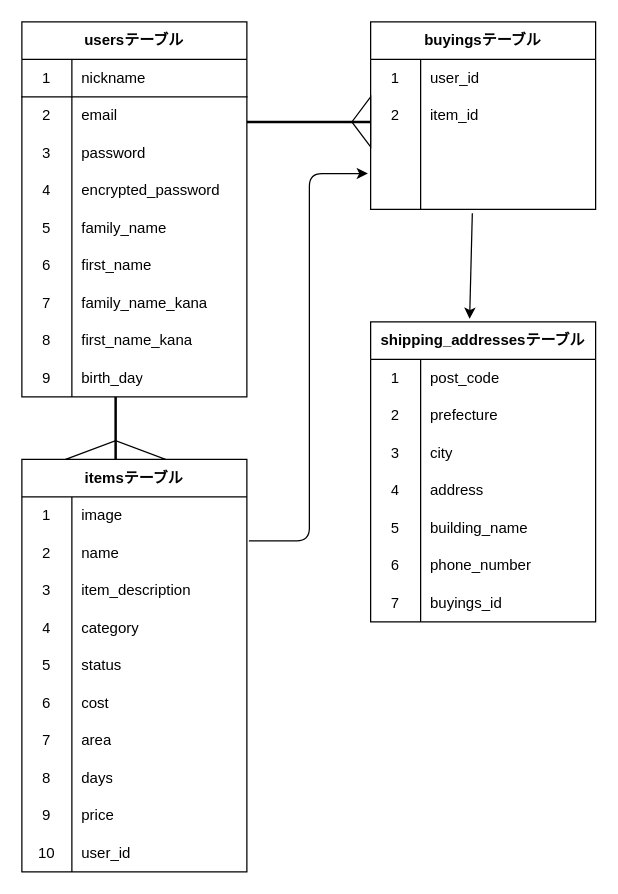
kensuke-iwata/furima-34394 keeps this draw.io diagram as furima.dio. Above is the earlier version. Source tidied: cells renumbered, new cells numbered last; positions are measured from the earlier drawing's top-left corner, leaving out a move shared by most shapes. Both pictures are drawn from the tidied source at 125%, with x=0, y=0 at pixel (21, 21).
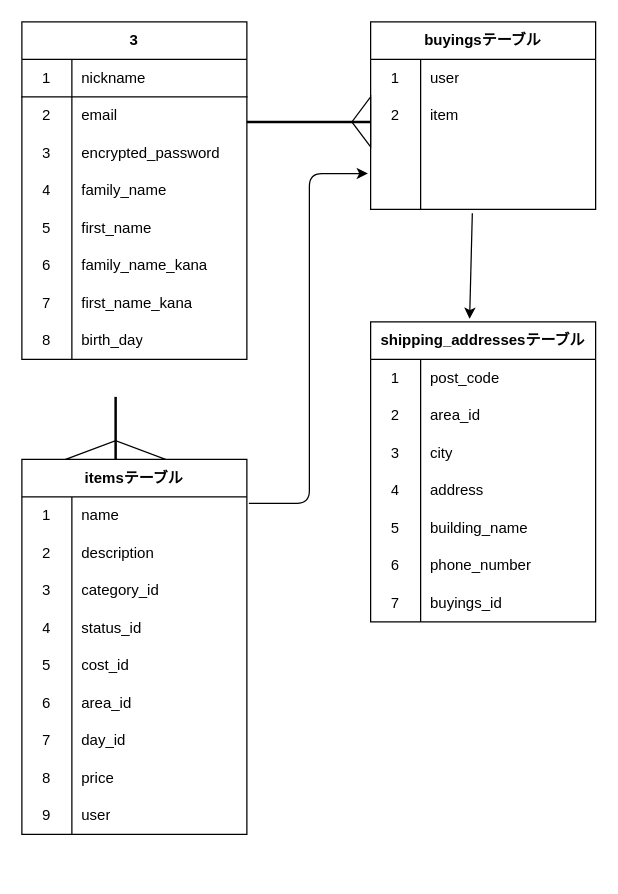
Above is the later version.

The change refers to these unchanged cells:
```xml
<mxCell id="65" style="shape=partialRectangle;html=1;whiteSpace=wrap;fillColor=none;top=0;left=0;bottom=0;right=0;" parent="61" vertex="1">
  <mxGeometry y="60" width="180" height="30" as="geometry" />
</mxCell>
<mxCell id="84" style="shape=partialRectangle;html=1;whiteSpace=wrap;fillColor=none;top=0;left=0;bottom=0;right=0;" parent="83" vertex="1">
  <mxGeometry y="30" width="180" height="30" as="geometry" />
</mxCell>
<mxCell id="87" style="shape=partialRectangle;html=1;whiteSpace=wrap;fillColor=none;top=0;left=0;bottom=0;right=0;" parent="83" vertex="1">
  <mxGeometry y="60" width="180" height="30" as="geometry" />
</mxCell>
```

What changed in the source:
```diff
@@
-    <mxCell id="2" value="usersテーブル" style="shape=table;html=1;whiteSpace=wrap;startSize=30;childLayout=tableLayout;rowLines=0;fontStyle=1;align=center;" parent="1" vertex="1">
-      <mxGeometry width="180" height="300" as="geometry" />
+    <mxCell id="2" value="3" style="shape=table;html=1;whiteSpace=wrap;startSize=30;childLayout=tableLayout;rowLines=0;fontStyle=1;align=center;" parent="1" vertex="1">
+      <mxGeometry width="180" height="270" as="geometry" />
     </mxCell>
@@
-    <mxCell id="9" style="shape=partialRectangle;html=1;whiteSpace=wrap;fillColor=none;top=0;left=0;bottom=0;right=0;" parent="2" vertex="1">
-      <mxGeometry y="90" width="180" height="30" as="geometry" />
-    </mxCell>
-    <mxCell id="10" value="3" style="shape=partialRectangle;html=1;whiteSpace=wrap;fillColor=none;top=0;left=0;bottom=0;right=0;overflow=hidden;" parent="9" vertex="1">
-      <mxGeometry width="40" height="30" as="geometry" />
-    </mxCell>
-    <mxCell id="11" value="password" style="shape=partialRectangle;html=1;whiteSpace=wrap;fillColor=none;top=0;left=0;bottom=0;right=0;align=left;spacingLeft=6;overflow=hidden;" parent="9" vertex="1">
-      <mxGeometry x="40" width="140" height="30" as="geometry" />
-    </mxCell>
     <mxCell id="12" style="shape=partialRectangle;html=1;whiteSpace=wrap;fillColor=none;top=0;left=0;bottom=0;right=0;" parent="2" vertex="1">
-      <mxGeometry y="120" width="180" height="30" as="geometry" />
+      <mxGeometry y="90" width="180" height="30" as="geometry" />
     </mxCell>
-    <mxCell id="13" value="4" style="shape=partialRectangle;html=1;whiteSpace=wrap;fillColor=none;top=0;left=0;bottom=0;right=0;overflow=hidden;" parent="12" vertex="1">
+    <mxCell id="13" value="3" style="shape=partialRectangle;html=1;whiteSpace=wrap;fillColor=none;top=0;left=0;bottom=0;right=0;overflow=hidden;" parent="12" vertex="1">
       <mxGeometry width="40" height="30" as="geometry" />
     </mxCell>
@@
     <mxCell id="15" style="shape=partialRectangle;html=1;whiteSpace=wrap;fillColor=none;top=0;left=0;bottom=0;right=0;" parent="2" vertex="1">
-      <mxGeometry y="150" width="180" height="30" as="geometry" />
+      <mxGeometry y="120" width="180" height="30" as="geometry" />
     </mxCell>
-    <mxCell id="16" value="5" style="shape=partialRectangle;html=1;whiteSpace=wrap;fillColor=none;top=0;left=0;bottom=0;right=0;overflow=hidden;" parent="15" vertex="1">
+    <mxCell id="16" value="4" style="shape=partialRectangle;html=1;whiteSpace=wrap;fillColor=none;top=0;left=0;bottom=0;right=0;overflow=hidden;" parent="15" vertex="1">
       <mxGeometry width="40" height="30" as="geometry" />
     </mxCell>
@@
     <mxCell id="18" style="shape=partialRectangle;html=1;whiteSpace=wrap;fillColor=none;top=0;left=0;bottom=0;right=0;" parent="2" vertex="1">
-      <mxGeometry y="180" width="180" height="30" as="geometry" />
+      <mxGeometry y="150" width="180" height="30" as="geometry" />
     </mxCell>
-    <mxCell id="19" value="6" style="shape=partialRectangle;html=1;whiteSpace=wrap;fillColor=none;top=0;left=0;bottom=0;right=0;overflow=hidden;" parent="18" vertex="1">
+    <mxCell id="19" value="5" style="shape=partialRectangle;html=1;whiteSpace=wrap;fillColor=none;top=0;left=0;bottom=0;right=0;overflow=hidden;" parent="18" vertex="1">
       <mxGeometry width="40" height="30" as="geometry" />
     </mxCell>
@@
     <mxCell id="21" style="shape=partialRectangle;html=1;whiteSpace=wrap;fillColor=none;top=0;left=0;bottom=0;right=0;" parent="2" vertex="1">
-      <mxGeometry y="210" width="180" height="30" as="geometry" />
+      <mxGeometry y="180" width="180" height="30" as="geometry" />
     </mxCell>
-    <mxCell id="22" value="7" style="shape=partialRectangle;html=1;whiteSpace=wrap;fillColor=none;top=0;left=0;bottom=0;right=0;overflow=hidden;" parent="21" vertex="1">
+    <mxCell id="22" value="6" style="shape=partialRectangle;html=1;whiteSpace=wrap;fillColor=none;top=0;left=0;bottom=0;right=0;overflow=hidden;" parent="21" vertex="1">
       <mxGeometry width="40" height="30" as="geometry" />
     </mxCell>
@@
     <mxCell id="24" style="shape=partialRectangle;html=1;whiteSpace=wrap;fillColor=none;top=0;left=0;bottom=0;right=0;" parent="2" vertex="1">
-      <mxGeometry y="240" width="180" height="30" as="geometry" />
+      <mxGeometry y="210" width="180" height="30" as="geometry" />
     </mxCell>
-    <mxCell id="25" value="8" style="shape=partialRectangle;html=1;whiteSpace=wrap;fillColor=none;top=0;left=0;bottom=0;right=0;overflow=hidden;" parent="24" vertex="1">
+    <mxCell id="25" value="7" style="shape=partialRectangle;html=1;whiteSpace=wrap;fillColor=none;top=0;left=0;bottom=0;right=0;overflow=hidden;" parent="24" vertex="1">
       <mxGeometry width="40" height="30" as="geometry" />
     </mxCell>
@@
     <mxCell id="27" style="shape=partialRectangle;html=1;whiteSpace=wrap;fillColor=none;top=0;left=0;bottom=0;right=0;" parent="2" vertex="1">
-      <mxGeometry y="270" width="180" height="30" as="geometry" />
+      <mxGeometry y="240" width="180" height="30" as="geometry" />
     </mxCell>
-    <mxCell id="28" value="9" style="shape=partialRectangle;html=1;whiteSpace=wrap;fillColor=none;top=0;left=0;bottom=0;right=0;overflow=hidden;" parent="27" vertex="1">
+    <mxCell id="28" value="8" style="shape=partialRectangle;html=1;whiteSpace=wrap;fillColor=none;top=0;left=0;bottom=0;right=0;overflow=hidden;" parent="27" vertex="1">
       <mxGeometry width="40" height="30" as="geometry" />
     </mxCell>
@@
     <mxCell id="30" value="itemsテーブル" style="shape=table;html=1;whiteSpace=wrap;startSize=30;childLayout=tableLayout;rowLines=0;fontStyle=1;align=center;" parent="1" vertex="1">
-      <mxGeometry y="350" width="180" height="330" as="geometry" />
+      <mxGeometry y="350" width="180" height="300" as="geometry" />
     </mxCell>
-    <mxCell id="31" style="shape=partialRectangle;html=1;whiteSpace=wrap;fillColor=none;top=0;left=0;bottom=0;right=0;" parent="30" vertex="1">
-      <mxGeometry y="30" width="180" height="30" as="geometry" />
-    </mxCell>
-    <mxCell id="32" value="1" style="shape=partialRectangle;html=1;whiteSpace=wrap;fillColor=none;top=0;left=0;bottom=0;right=0;overflow=hidden;" parent="31" vertex="1">
-      <mxGeometry width="40" height="30" as="geometry" />
-    </mxCell>
-    <mxCell id="33" value="image" style="shape=partialRectangle;html=1;whiteSpace=wrap;fillColor=none;top=0;left=0;bottom=0;right=0;align=left;spacingLeft=6;overflow=hidden;" parent="31" vertex="1">
-      <mxGeometry x="40" width="140" height="30" as="geometry" />
-    </mxCell>
     <mxCell id="34" style="shape=partialRectangle;html=1;whiteSpace=wrap;fillColor=none;top=0;left=0;bottom=0;right=0;points=[[0,0.5],[1,0.5]];portConstraint=eastwest;" parent="30" vertex="1">
-      <mxGeometry y="60" width="180" height="30" as="geometry" />
+      <mxGeometry y="30" width="180" height="30" as="geometry" />
     </mxCell>
-    <mxCell id="35" value="2" style="shape=partialRectangle;html=1;whiteSpace=wrap;fillColor=none;top=0;left=0;bottom=0;right=0;overflow=hidden;" parent="34" vertex="1">
+    <mxCell id="35" value="1" style="shape=partialRectangle;html=1;whiteSpace=wrap;fillColor=none;top=0;left=0;bottom=0;right=0;overflow=hidden;" parent="34" vertex="1">
       <mxGeometry width="40" height="30" as="geometry" />
     </mxCell>
@@
     <mxCell id="37" style="shape=partialRectangle;html=1;whiteSpace=wrap;fillColor=none;top=0;left=0;bottom=0;right=0;" parent="30" vertex="1">
-      <mxGeometry y="90" width="180" height="30" as="geometry" />
+      <mxGeometry y="60" width="180" height="30" as="geometry" />
     </mxCell>
-    <mxCell id="38" value="3" style="shape=partialRectangle;html=1;whiteSpace=wrap;fillColor=none;top=0;left=0;bottom=0;right=0;overflow=hidden;" parent="37" vertex="1">
+    <mxCell id="38" value="2" style="shape=partialRectangle;html=1;whiteSpace=wrap;fillColor=none;top=0;left=0;bottom=0;right=0;overflow=hidden;" parent="37" vertex="1">
       <mxGeometry width="40" height="30" as="geometry" />
     </mxCell>
-    <mxCell id="39" value="item_description" style="shape=partialRectangle;html=1;whiteSpace=wrap;fillColor=none;top=0;left=0;bottom=0;right=0;align=left;spacingLeft=6;overflow=hidden;" parent="37" vertex="1">
+    <mxCell id="39" value="description" style="shape=partialRectangle;html=1;whiteSpace=wrap;fillColor=none;top=0;left=0;bottom=0;right=0;align=left;spacingLeft=6;overflow=hidden;" parent="37" vertex="1">
       <mxGeometry x="40" width="140" height="30" as="geometry" />
     </mxCell>
     <mxCell id="40" style="shape=partialRectangle;html=1;whiteSpace=wrap;fillColor=none;top=0;left=0;bottom=0;right=0;" parent="30" vertex="1">
-      <mxGeometry y="120" width="180" height="30" as="geometry" />
+      <mxGeometry y="90" width="180" height="30" as="geometry" />
     </mxCell>
-    <mxCell id="41" value="4" style="shape=partialRectangle;html=1;whiteSpace=wrap;fillColor=none;top=0;left=0;bottom=0;right=0;overflow=hidden;" parent="40" vertex="1">
+    <mxCell id="41" value="3" style="shape=partialRectangle;html=1;whiteSpace=wrap;fillColor=none;top=0;left=0;bottom=0;right=0;overflow=hidden;" parent="40" vertex="1">
       <mxGeometry width="40" height="30" as="geometry" />
     </mxCell>
-    <mxCell id="42" value="category" style="shape=partialRectangle;html=1;whiteSpace=wrap;fillColor=none;top=0;left=0;bottom=0;right=0;align=left;spacingLeft=6;overflow=hidden;" parent="40" vertex="1">
+    <mxCell id="42" value="category_id" style="shape=partialRectangle;html=1;whiteSpace=wrap;fillColor=none;top=0;left=0;bottom=0;right=0;align=left;spacingLeft=6;overflow=hidden;" parent="40" vertex="1">
       <mxGeometry x="40" width="140" height="30" as="geometry" />
     </mxCell>
     <mxCell id="43" style="shape=partialRectangle;html=1;whiteSpace=wrap;fillColor=none;top=0;left=0;bottom=0;right=0;" parent="30" vertex="1">
-      <mxGeometry y="150" width="180" height="30" as="geometry" />
+      <mxGeometry y="120" width="180" height="30" as="geometry" />
     </mxCell>
-    <mxCell id="44" value="5" style="shape=partialRectangle;html=1;whiteSpace=wrap;fillColor=none;top=0;left=0;bottom=0;right=0;overflow=hidden;" parent="43" vertex="1">
+    <mxCell id="44" value="4" style="shape=partialRectangle;html=1;whiteSpace=wrap;fillColor=none;top=0;left=0;bottom=0;right=0;overflow=hidden;" parent="43" vertex="1">
       <mxGeometry width="40" height="30" as="geometry" />
     </mxCell>
-    <mxCell id="45" value="status" style="shape=partialRectangle;html=1;whiteSpace=wrap;fillColor=none;top=0;left=0;bottom=0;right=0;align=left;spacingLeft=6;overflow=hidden;" parent="43" vertex="1">
+    <mxCell id="45" value="status_id" style="shape=partialRectangle;html=1;whiteSpace=wrap;fillColor=none;top=0;left=0;bottom=0;right=0;align=left;spacingLeft=6;overflow=hidden;" parent="43" vertex="1">
       <mxGeometry x="40" width="140" height="30" as="geometry" />
     </mxCell>
     <mxCell id="46" style="shape=partialRectangle;html=1;whiteSpace=wrap;fillColor=none;top=0;left=0;bottom=0;right=0;" parent="30" vertex="1">
-      <mxGeometry y="180" width="180" height="30" as="geometry" />
+      <mxGeometry y="150" width="180" height="30" as="geometry" />
     </mxCell>
-    <mxCell id="47" value="6" style="shape=partialRectangle;html=1;whiteSpace=wrap;fillColor=none;top=0;left=0;bottom=0;right=0;overflow=hidden;" parent="46" vertex="1">
+    <mxCell id="47" value="5" style="shape=partialRectangle;html=1;whiteSpace=wrap;fillColor=none;top=0;left=0;bottom=0;right=0;overflow=hidden;" parent="46" vertex="1">
       <mxGeometry width="40" height="30" as="geometry" />
     </mxCell>
-    <mxCell id="48" value="cost" style="shape=partialRectangle;html=1;whiteSpace=wrap;fillColor=none;top=0;left=0;bottom=0;right=0;align=left;spacingLeft=6;overflow=hidden;" parent="46" vertex="1">
+    <mxCell id="48" value="cost_id" style="shape=partialRectangle;html=1;whiteSpace=wrap;fillColor=none;top=0;left=0;bottom=0;right=0;align=left;spacingLeft=6;overflow=hidden;" parent="46" vertex="1">
       <mxGeometry x="40" width="140" height="30" as="geometry" />
     </mxCell>
     <mxCell id="49" style="shape=partialRectangle;html=1;whiteSpace=wrap;fillColor=none;top=0;left=0;bottom=0;right=0;" parent="30" vertex="1">
-      <mxGeometry y="210" width="180" height="30" as="geometry" />
+      <mxGeometry y="180" width="180" height="30" as="geometry" />
     </mxCell>
-    <mxCell id="50" value="7" style="shape=partialRectangle;html=1;whiteSpace=wrap;fillColor=none;top=0;left=0;bottom=0;right=0;overflow=hidden;" parent="49" vertex="1">
+    <mxCell id="50" value="6" style="shape=partialRectangle;html=1;whiteSpace=wrap;fillColor=none;top=0;left=0;bottom=0;right=0;overflow=hidden;" parent="49" vertex="1">
       <mxGeometry width="40" height="30" as="geometry" />
     </mxCell>
-    <mxCell id="51" value="area" style="shape=partialRectangle;html=1;whiteSpace=wrap;fillColor=none;top=0;left=0;bottom=0;right=0;align=left;spacingLeft=6;overflow=hidden;" parent="49" vertex="1">
+    <mxCell id="51" value="area_id" style="shape=partialRectangle;html=1;whiteSpace=wrap;fillColor=none;top=0;left=0;bottom=0;right=0;align=left;spacingLeft=6;overflow=hidden;" parent="49" vertex="1">
       <mxGeometry x="40" width="140" height="30" as="geometry" />
     </mxCell>
     <mxCell id="52" style="shape=partialRectangle;html=1;whiteSpace=wrap;fillColor=none;top=0;left=0;bottom=0;right=0;" parent="30" vertex="1">
-      <mxGeometry y="240" width="180" height="30" as="geometry" />
+      <mxGeometry y="210" width="180" height="30" as="geometry" />
     </mxCell>
-    <mxCell id="53" value="8" style="shape=partialRectangle;html=1;whiteSpace=wrap;fillColor=none;top=0;left=0;bottom=0;right=0;overflow=hidden;" parent="52" vertex="1">
+    <mxCell id="53" value="7" style="shape=partialRectangle;html=1;whiteSpace=wrap;fillColor=none;top=0;left=0;bottom=0;right=0;overflow=hidden;" parent="52" vertex="1">
       <mxGeometry width="40" height="30" as="geometry" />
     </mxCell>
-    <mxCell id="54" value="days" style="shape=partialRectangle;html=1;whiteSpace=wrap;fillColor=none;top=0;left=0;bottom=0;right=0;align=left;spacingLeft=6;overflow=hidden;" parent="52" vertex="1">
+    <mxCell id="54" value="day_id" style="shape=partialRectangle;html=1;whiteSpace=wrap;fillColor=none;top=0;left=0;bottom=0;right=0;align=left;spacingLeft=6;overflow=hidden;" parent="52" vertex="1">
       <mxGeometry x="40" width="140" height="30" as="geometry" />
     </mxCell>
     <mxCell id="55" style="shape=partialRectangle;html=1;whiteSpace=wrap;fillColor=none;top=0;left=0;bottom=0;right=0;" parent="30" vertex="1">
-      <mxGeometry y="270" width="180" height="30" as="geometry" />
+      <mxGeometry y="240" width="180" height="30" as="geometry" />
     </mxCell>
-    <mxCell id="56" value="9" style="shape=partialRectangle;html=1;whiteSpace=wrap;fillColor=none;top=0;left=0;bottom=0;right=0;overflow=hidden;" parent="55" vertex="1">
+    <mxCell id="56" value="8" style="shape=partialRectangle;html=1;whiteSpace=wrap;fillColor=none;top=0;left=0;bottom=0;right=0;overflow=hidden;" parent="55" vertex="1">
       <mxGeometry width="40" height="30" as="geometry" />
     </mxCell>
@@
     <mxCell id="58" style="shape=partialRectangle;html=1;whiteSpace=wrap;fillColor=none;top=0;left=0;bottom=0;right=0;" parent="30" vertex="1">
-      <mxGeometry y="300" width="180" height="30" as="geometry" />
+      <mxGeometry y="270" width="180" height="30" as="geometry" />
     </mxCell>
-    <mxCell id="59" value="10" style="shape=partialRectangle;html=1;whiteSpace=wrap;fillColor=none;top=0;left=0;bottom=0;right=0;overflow=hidden;" parent="58" vertex="1">
+    <mxCell id="59" value="9" style="shape=partialRectangle;html=1;whiteSpace=wrap;fillColor=none;top=0;left=0;bottom=0;right=0;overflow=hidden;" parent="58" vertex="1">
       <mxGeometry width="40" height="30" as="geometry" />
     </mxCell>
-    <mxCell id="60" value="user_id" style="shape=partialRectangle;html=1;whiteSpace=wrap;fillColor=none;top=0;left=0;bottom=0;right=0;align=left;spacingLeft=6;overflow=hidden;" parent="58" vertex="1">
+    <mxCell id="60" value="user" style="shape=partialRectangle;html=1;whiteSpace=wrap;fillColor=none;top=0;left=0;bottom=0;right=0;align=left;spacingLeft=6;overflow=hidden;" parent="58" vertex="1">
       <mxGeometry x="40" width="140" height="30" as="geometry" />
     </mxCell>
@@
-    <mxCell id="67" value="prefecture" style="shape=partialRectangle;html=1;whiteSpace=wrap;fillColor=none;top=0;left=0;bottom=0;right=0;align=left;spacingLeft=6;overflow=hidden;" parent="65" vertex="1">
+    <mxCell id="67" value="area_id" style="shape=partialRectangle;html=1;whiteSpace=wrap;fillColor=none;top=0;left=0;bottom=0;right=0;align=left;spacingLeft=6;overflow=hidden;" parent="65" vertex="1">
       <mxGeometry x="40" width="140" height="30" as="geometry" />
     </mxCell>
@@
-    <mxCell id="86" value="user_id" style="shape=partialRectangle;html=1;whiteSpace=wrap;fillColor=none;top=0;left=0;bottom=0;right=0;align=left;spacingLeft=6;overflow=hidden;" parent="84" vertex="1">
+    <mxCell id="86" value="user" style="shape=partialRectangle;html=1;whiteSpace=wrap;fillColor=none;top=0;left=0;bottom=0;right=0;align=left;spacingLeft=6;overflow=hidden;" parent="84" vertex="1">
       <mxGeometry x="40" width="140" height="30" as="geometry" />
     </mxCell>
@@
-    <mxCell id="89" value="item_id" style="shape=partialRectangle;html=1;whiteSpace=wrap;fillColor=none;top=0;left=0;bottom=0;right=0;align=left;spacingLeft=6;overflow=hidden;" parent="87" vertex="1">
+    <mxCell id="89" value="item" style="shape=partialRectangle;html=1;whiteSpace=wrap;fillColor=none;top=0;left=0;bottom=0;right=0;align=left;spacingLeft=6;overflow=hidden;" parent="87" vertex="1">
       <mxGeometry x="40" width="140" height="30" as="geometry" />
     </mxCell>
```
